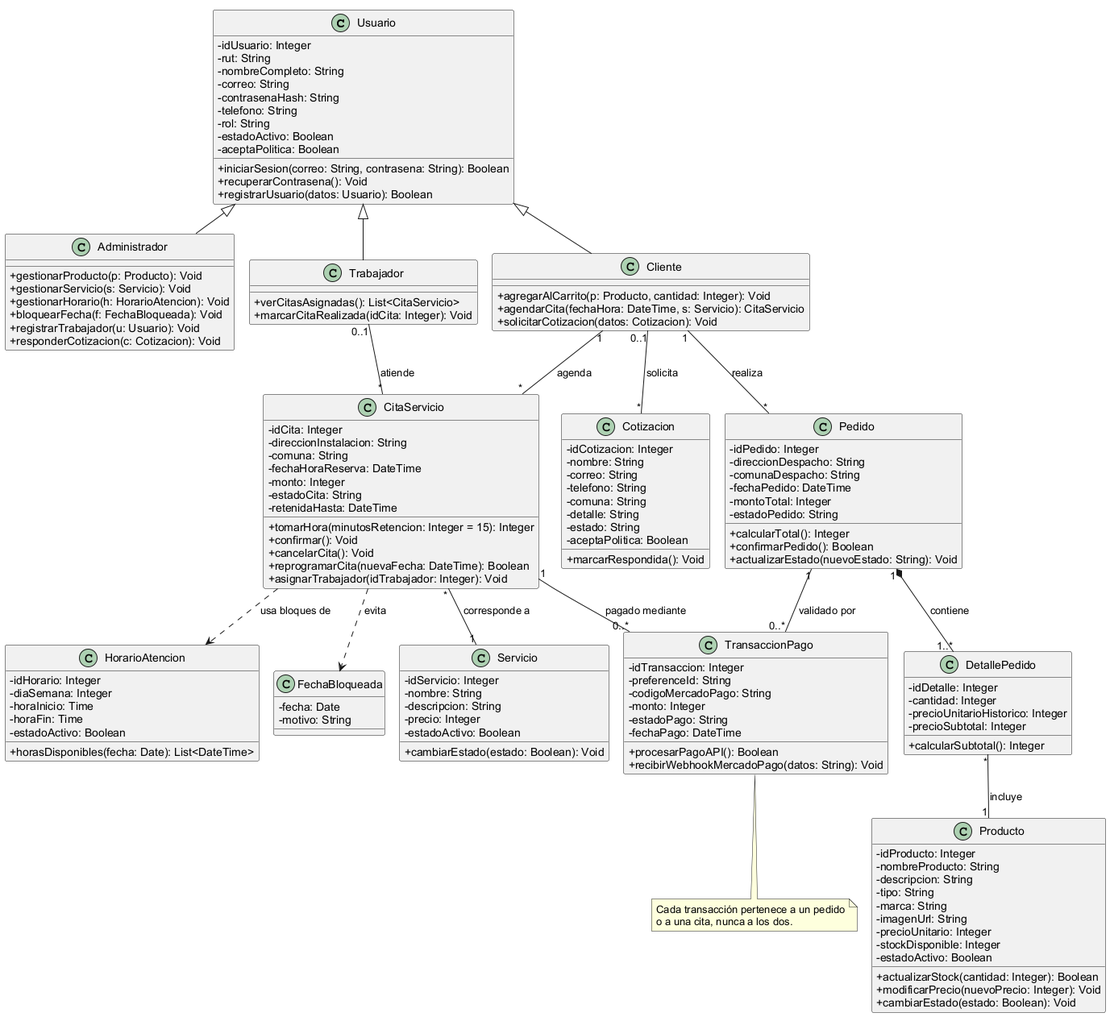
This is Fase 2/Evidencias Proyecto/Evidencias de documentación/Diseño/DiagramaDeClases.png from V-J-C-V/Capstone_P_A_C_2026_003_D, a PlantUML export, as it was before one commit. Its diagram source:
```plantuml
@startuml
!pragma layout smetana
skinparam classAttributeIconSize 0
skinparam shadowing false
skinparam defaultFontName Arial

class Usuario {
  -idUsuario: Integer
  -rut: String
  -nombreCompleto: String
  -correo: String
  -contrasenaHash: String
  -telefono: String
  -rol: String
  -estadoActivo: Boolean
  -aceptaPolitica: Boolean
  +iniciarSesion(correo: String, contrasena: String): Boolean
  +recuperarContrasena(): Void
  +registrarUsuario(datos: Usuario): Boolean
}

class Administrador {
  +gestionarProducto(p: Producto): Void
  +gestionarServicio(s: Servicio): Void
  +gestionarHorario(h: HorarioAtencion): Void
  +bloquearFecha(f: FechaBloqueada): Void
  +registrarTrabajador(u: Usuario): Void
  +responderCotizacion(c: Cotizacion): Void
}

class Cliente {
  +agregarAlCarrito(p: Producto, cantidad: Integer): Void
  +agendarCita(fechaHora: DateTime, s: Servicio): CitaServicio
  +solicitarCotizacion(datos: Cotizacion): Void
}

class Trabajador {
  +verCitasAsignadas(): List<CitaServicio>
  +marcarCitaRealizada(idCita: Integer): Void
}

class Producto {
  -idProducto: Integer
  -nombreProducto: String
  -descripcion: String
  -tipo: String
  -marca: String
  -imagenUrl: String
  -precioUnitario: Integer
  -stockDisponible: Integer
  -estadoActivo: Boolean
  +actualizarStock(cantidad: Integer): Boolean
  +modificarPrecio(nuevoPrecio: Integer): Void
  +cambiarEstado(estado: Boolean): Void
}

class Servicio {
  -idServicio: Integer
  -nombre: String
  -descripcion: String
  -precio: Integer
  -estadoActivo: Boolean
  +cambiarEstado(estado: Boolean): Void
}

class Pedido {
  -idPedido: Integer
  -direccionDespacho: String
  -comunaDespacho: String
  -fechaPedido: DateTime
  -montoTotal: Integer
  -estadoPedido: String
  +calcularTotal(): Integer
  +confirmarPedido(): Boolean
  +actualizarEstado(nuevoEstado: String): Void
}

class DetallePedido {
  -idDetalle: Integer
  -cantidad: Integer
  -precioUnitarioHistorico: Integer
  -precioSubtotal: Integer
  +calcularSubtotal(): Integer
}

class CitaServicio {
  -idCita: Integer
  -direccionInstalacion: String
  -comuna: String
  -fechaHoraReserva: DateTime
  -monto: Integer
  -estadoCita: String
  -retenidaHasta: DateTime
  +tomarHora(minutosRetencion: Integer = 15): Integer
  +confirmar(): Void
  +cancelarCita(): Void
  +reprogramarCita(nuevaFecha: DateTime): Boolean
  +asignarTrabajador(idTrabajador: Integer): Void
}

class HorarioAtencion {
  -idHorario: Integer
  -diaSemana: Integer
  -horaInicio: Time
  -horaFin: Time
  -estadoActivo: Boolean
  +horasDisponibles(fecha: Date): List<DateTime>
}

class FechaBloqueada {
  -fecha: Date
  -motivo: String
}

class TransaccionPago {
  -idTransaccion: Integer
  -preferenceId: String
  -codigoMercadoPago: String
  -monto: Integer
  -estadoPago: String
  -fechaPago: DateTime
  +procesarPagoAPI(): Boolean
  +recibirWebhookMercadoPago(datos: String): Void
}

class Cotizacion {
  -idCotizacion: Integer
  -nombre: String
  -correo: String
  -telefono: String
  -comuna: String
  -detalle: String
  -estado: String
  -aceptaPolitica: Boolean
  +marcarRespondida(): Void
}

Usuario <|-- Administrador
Usuario <|-- Cliente
Usuario <|-- Trabajador

Cliente "1" -- "*" Pedido : realiza >
Cliente "1" -- "*" CitaServicio : agenda >
Cliente "0..1" -- "*" Cotizacion : solicita >
Trabajador "0..1" -- "*" CitaServicio : atiende >
Pedido "1" *-- "1..*" DetallePedido : contiene >
DetallePedido "*" -- "1" Producto : incluye >
CitaServicio "*" -- "1" Servicio : corresponde a >
Pedido "1" -- "0..*" TransaccionPago : validado por >
CitaServicio "1" -- "0..*" TransaccionPago : pagado mediante >
CitaServicio ..> HorarioAtencion : usa bloques de >
CitaServicio ..> FechaBloqueada : evita >

note bottom of TransaccionPago
  Cada transacción pertenece a un pedido
  o a una cita, nunca a los dos.
end note
@enduml
```
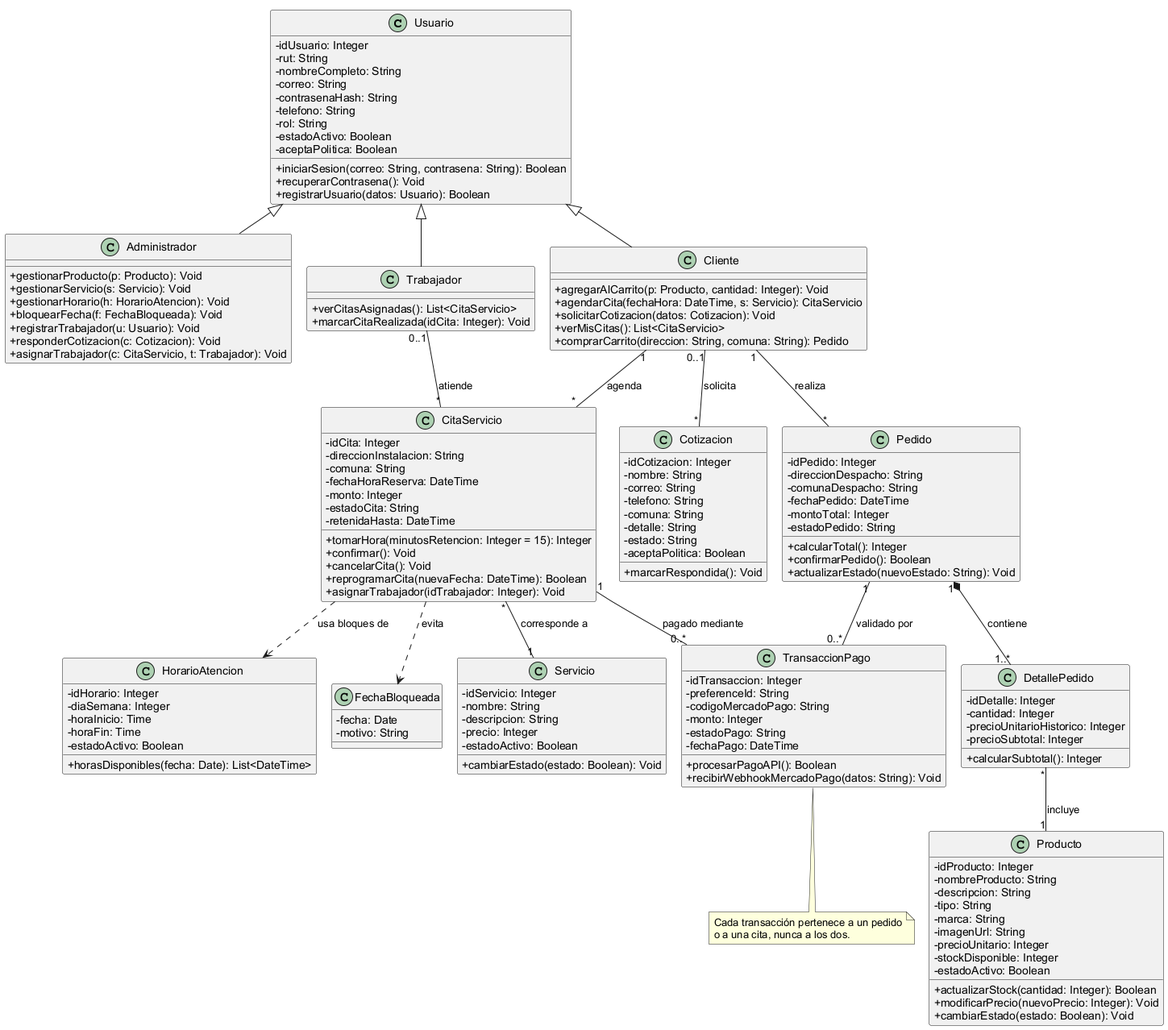
Later version of the same file.

Change to the diagram source:
```diff
@@ -26,12 +26,15 @@
   +bloquearFecha(f: FechaBloqueada): Void
   +registrarTrabajador(u: Usuario): Void
   +responderCotizacion(c: Cotizacion): Void
+  +asignarTrabajador(c: CitaServicio, t: Trabajador): Void
 }
 
 class Cliente {
   +agregarAlCarrito(p: Producto, cantidad: Integer): Void
   +agendarCita(fechaHora: DateTime, s: Servicio): CitaServicio
   +solicitarCotizacion(datos: Cotizacion): Void
+  +verMisCitas(): List<CitaServicio>
+  +comprarCarrito(direccion: String, comuna: String): Pedido
 }
 
 class Trabajador {
```
